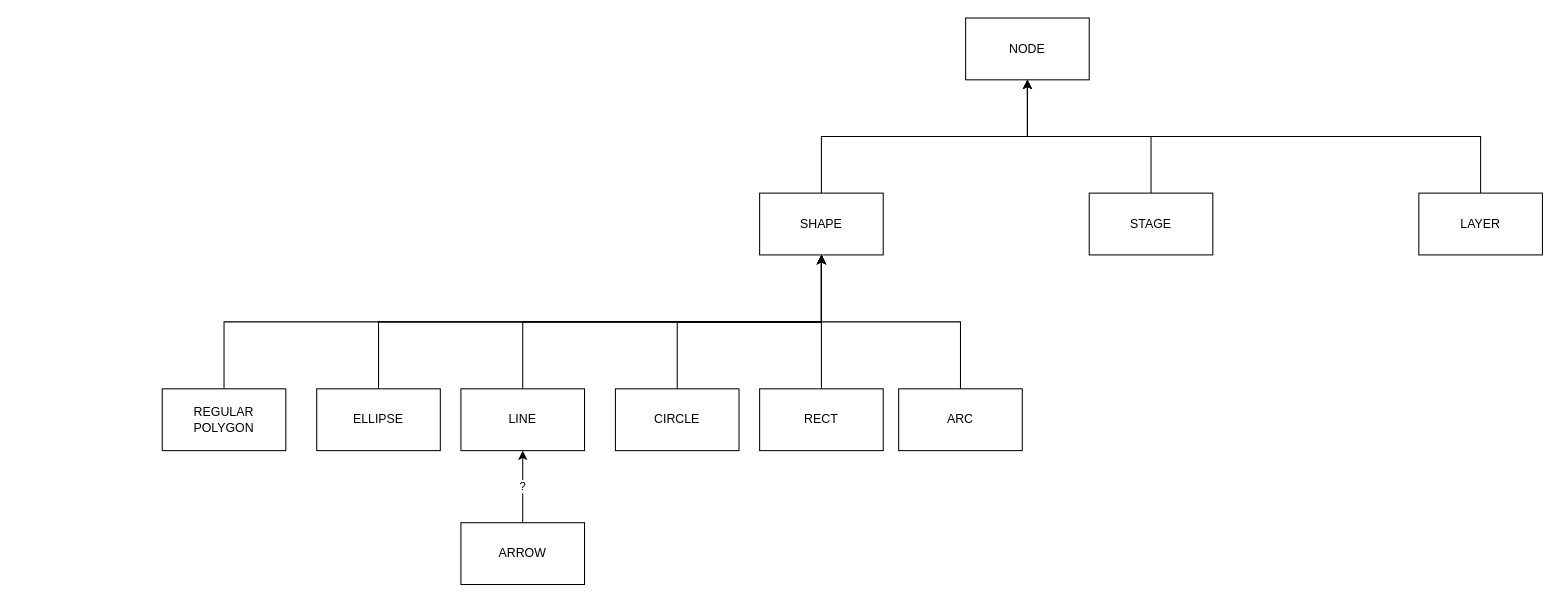
Before: Docs/KonvaHierarchy.drawio in xevilmaxx/BlazorKonva, a draw.io diagram. Source tidied: cells renumbered, new cells numbered last; positions are measured from the earlier drawing's top-left corner, leaving out a move shared by most shapes. Both pictures are drawn from the tidied source at 103%, with x=0, y=0 at pixel (162, 18).
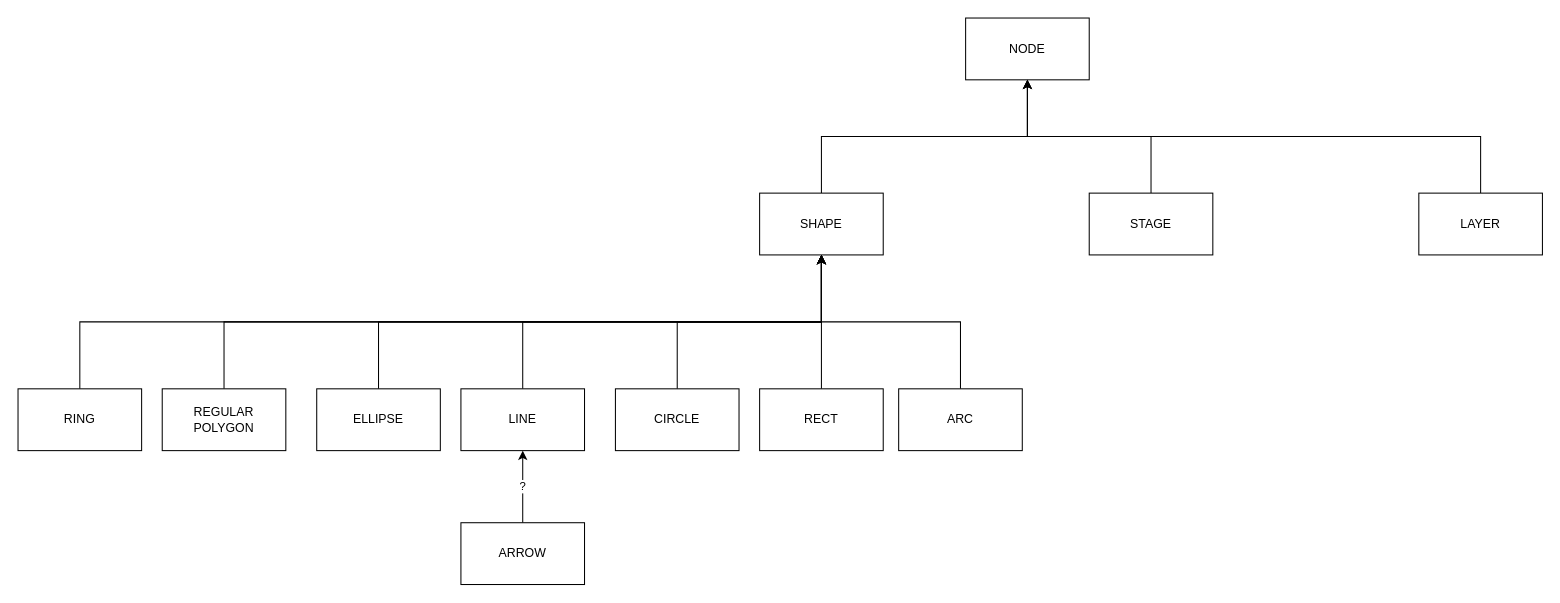
Above is the later version.

The change refers to these unchanged cells:
```xml
<mxCell id="4" value="SHAPE" style="rounded=0;whiteSpace=wrap;html=1;" parent="1" vertex="1">
  <mxGeometry x="580" y="170" width="120" height="60" as="geometry" />
</mxCell>
```

The edit, as a diff of the source:
```diff
@@
+    <mxCell id="23" style="edgeStyle=orthogonalEdgeStyle;rounded=0;jettySize=auto;html=1;entryX=0.5;entryY=1;entryDx=0;entryDy=0;exitX=0.5;exitY=0;exitDx=0;exitDy=0;" parent="1" edge="1" source="24" target="4">
+      <mxGeometry relative="1" as="geometry" />
+    </mxCell>
+    <mxCell id="24" value="RING" style="rounded=0;whiteSpace=wrap;html=1;" parent="1" vertex="1">
+      <mxGeometry x="-140" y="360" width="120" height="60" as="geometry" />
+    </mxCell>
```
